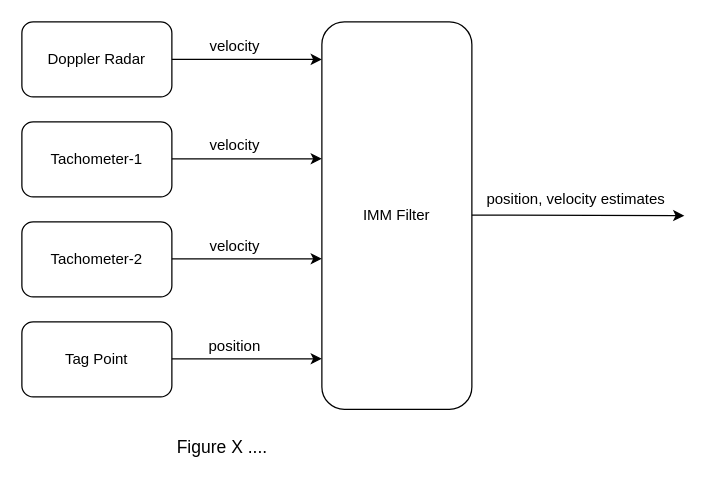
This is Untitled Diagram.drawio from burakbasaraann/drawing, a draw.io file, before an edit. Source tidied: cells renumbered, new cells numbered last; positions are measured from the earlier drawing's top-left corner, leaving out a move shared by most shapes. Both pictures are drawn from the tidied source at 125%, with x=0, y=0 at pixel (21, 21).
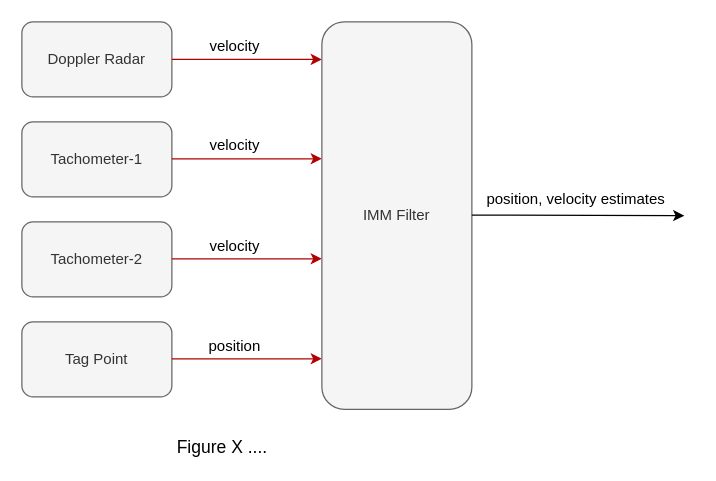
After the change.

What changed in the source:
```diff
@@
-    <mxCell id="2" value="Doppler Radar" style="rounded=1;whiteSpace=wrap;html=1;fontFamily=Helvetica;" parent="1" vertex="1">
+    <mxCell id="2" value="Doppler Radar" style="rounded=1;whiteSpace=wrap;html=1;fontFamily=Helvetica;fillColor=#f5f5f5;strokeColor=#666666;fontColor=#333333;" parent="1" vertex="1">
       <mxGeometry width="120" height="60" as="geometry" />
     </mxCell>
-    <mxCell id="3" value="Tachometer-1" style="rounded=1;whiteSpace=wrap;html=1;" parent="1" vertex="1">
+    <mxCell id="3" value="Tachometer-1" style="rounded=1;whiteSpace=wrap;html=1;fillColor=#f5f5f5;strokeColor=#666666;fontColor=#333333;" parent="1" vertex="1">
       <mxGeometry y="80" width="120" height="60" as="geometry" />
     </mxCell>
-    <mxCell id="4" value="Tachometer-2" style="rounded=1;whiteSpace=wrap;html=1;" parent="1" vertex="1">
+    <mxCell id="4" value="Tachometer-2" style="rounded=1;whiteSpace=wrap;html=1;fillColor=#f5f5f5;strokeColor=#666666;fontColor=#333333;" parent="1" vertex="1">
       <mxGeometry y="160" width="120" height="60" as="geometry" />
     </mxCell>
-    <mxCell id="5" value="Tag Point" style="rounded=1;whiteSpace=wrap;html=1;" parent="1" vertex="1">
+    <mxCell id="5" value="Tag Point" style="rounded=1;whiteSpace=wrap;html=1;fillColor=#f5f5f5;strokeColor=#666666;fontColor=#333333;" parent="1" vertex="1">
       <mxGeometry y="240" width="120" height="60" as="geometry" />
     </mxCell>
-    <mxCell id="6" style="endArrow=classic;html=1;exitX=1;exitY=0.5;exitDx=0;exitDy=0;strokeColor=#000000;" parent="1" edge="1" source="2">
+    <mxCell id="6" style="endArrow=classic;html=1;exitX=1;exitY=0.5;exitDx=0;exitDy=0;strokeColor=#B20000;fillColor=#e51400;" parent="1" edge="1" source="2">
       <mxGeometry relative="1" as="geometry">
         <mxPoint x="240" y="30" as="targetPoint" />
       </mxGeometry>
     </mxCell>
@@
-    <mxCell id="8" style="endArrow=classic;html=1;exitX=1;exitY=0.5;exitDx=0;exitDy=0;strokeColor=#000000;" parent="1" edge="1">
+    <mxCell id="8" style="endArrow=classic;html=1;exitX=1;exitY=0.5;exitDx=0;exitDy=0;strokeColor=#B20000;fillColor=#e51400;" parent="1" edge="1">
       <mxGeometry relative="1" as="geometry">
         <mxPoint x="120" y="109.5" as="sourcePoint" />
         <mxPoint x="240" y="109.5" as="targetPoint" />
       </mxGeometry>
     </mxCell>
@@
-    <mxCell id="10" style="endArrow=classic;html=1;exitX=1;exitY=0.5;exitDx=0;exitDy=0;strokeColor=#000000;" parent="1" edge="1">
+    <mxCell id="10" style="endArrow=classic;html=1;exitX=1;exitY=0.5;exitDx=0;exitDy=0;strokeColor=#B20000;fillColor=#e51400;" parent="1" edge="1">
       <mxGeometry relative="1" as="geometry">
         <mxPoint x="120" y="189.5" as="sourcePoint" />
         <mxPoint x="240" y="189.5" as="targetPoint" />
       </mxGeometry>
     </mxCell>
@@
-    <mxCell id="12" style="endArrow=classic;html=1;exitX=1;exitY=0.5;exitDx=0;exitDy=0;strokeColor=#000000;" parent="1" edge="1">
+    <mxCell id="12" style="endArrow=classic;html=1;exitX=1;exitY=0.5;exitDx=0;exitDy=0;fillColor=#e51400;strokeColor=#B20000;" parent="1" edge="1">
       <mxGeometry relative="1" as="geometry">
         <mxPoint x="120" y="269.5" as="sourcePoint" />
         <mxPoint x="240" y="269.5" as="targetPoint" />
       </mxGeometry>
     </mxCell>
@@
-    <mxCell id="14" value="IMM Filter" style="rounded=1;whiteSpace=wrap;html=1;fontFamily=Helvetica;" parent="1" vertex="1">
+    <mxCell id="14" value="IMM Filter" style="rounded=1;whiteSpace=wrap;html=1;fontFamily=Helvetica;fillColor=#f5f5f5;strokeColor=#666666;fontColor=#333333;" parent="1" vertex="1">
       <mxGeometry x="240" width="120" height="310" as="geometry" />
     </mxCell>
```
